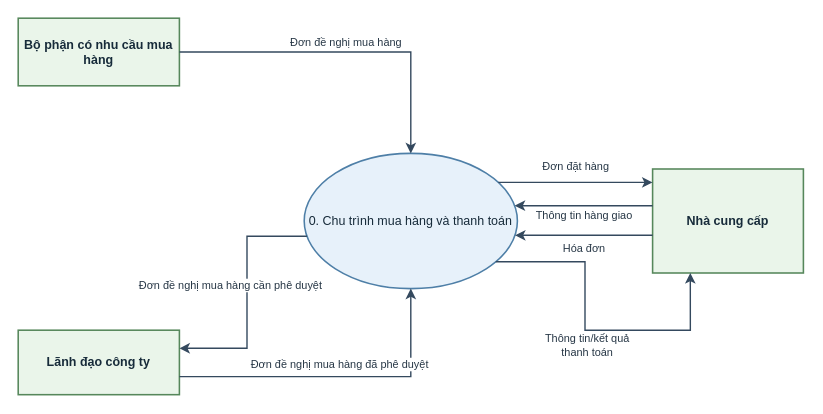
Above: assets/drawio/06_purchase_context_dfd.drawio in saigonbaddielover/thtrang (draw.io), before the change. Source tidied: cells renumbered, new cells numbered last; positions are measured from the earlier drawing's top-left corner, leaving out a move shared by most shapes. Both pictures are drawn from the tidied source at 104%, with x=0, y=0 at pixel (18, 18).
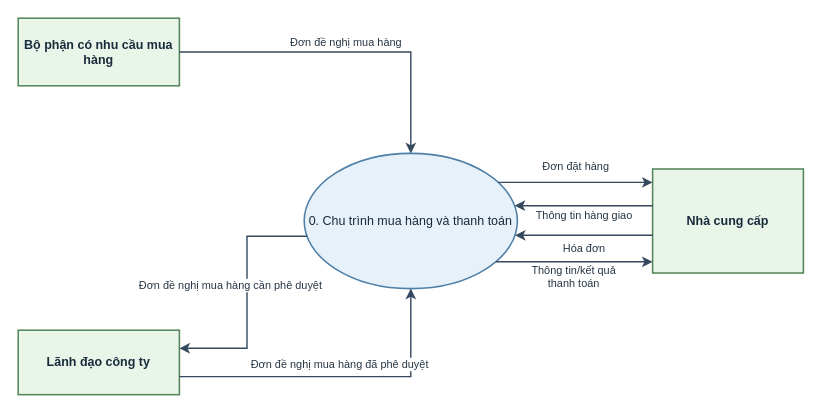
The same page after the edit.

Commit message (it also covers changes not shown here):
fix(drawio): simplify purchase context payment flow

Unchanged cells that the change refers to:
```xml
<mxCell id="4" value="Nhà cung cấp" style="rounded=0;html=1;whiteSpace=wrap;fontFamily=Arial;align=center;verticalAlign=middle;fontColor=#172B3A; fontSize=11;fontStyle=1;spacing=5;fillColor=#EAF5EA;strokeColor=#56875B;strokeWidth=1.5;" parent="1" vertex="1">
  <mxGeometry x="610" y="145" width="145" height="100" as="geometry" />
</mxCell>
<mxCell id="5" value="0. Chu trình mua hàng và thanh toán" style="shape=ellipse;perimeter=ellipsePerimeter;html=1;whiteSpace=wrap;fontFamily=Arial;align=center;verticalAlign=middle;fontColor=#172B3A; fontSize=11;spacing=5;fillColor=#E7F1FA;strokeColor=#4E7FA7;strokeWidth=1.5;" parent="1" vertex="1">
  <mxGeometry x="275" y="130" width="205" height="130" as="geometry" />
</mxCell>
```

The edit, as a diff of the source:
```diff
@@
-    <mxCell id="12" value="Thông tin/kết quả&#10;thanh toán" style="edgeStyle=orthogonalEdgeStyle;rounded=0;jettySize=auto;html=1;fontFamily=Arial;fontSize=10.5;fontColor=#273746;labelBackgroundColor=#FFFFFF;strokeColor=#34495E;strokeWidth=1.35;endArrow=classic;endFill=1;exitX=1;exitY=0.88;entryX=0.25;entryY=1;" parent="1" edge="1" source="5" target="4">
+    <mxCell id="12" value="Thông tin/kết quả&#10;thanh toán" style="edgeStyle=orthogonalEdgeStyle;rounded=0;jettySize=auto;html=1;fontFamily=Arial;fontSize=10.5;fontColor=#273746;labelBackgroundColor=#FFFFFF;strokeColor=#34495E;strokeWidth=1.35;endArrow=classic;endFill=1;exitX=1;exitY=0.88;entryX=0;entryY=0.892;" parent="1" edge="1" source="5" target="4">
       <mxGeometry relative="1" as="geometry">
-        <Array as="points">
-          <mxPoint x="545" y="234.2" />
-          <mxPoint x="545" y="300" />
-          <mxPoint x="646.2" y="300" />
-        </Array>
         <mxPoint y="14" as="offset" />
       </mxGeometry>
     </mxCell>
```
